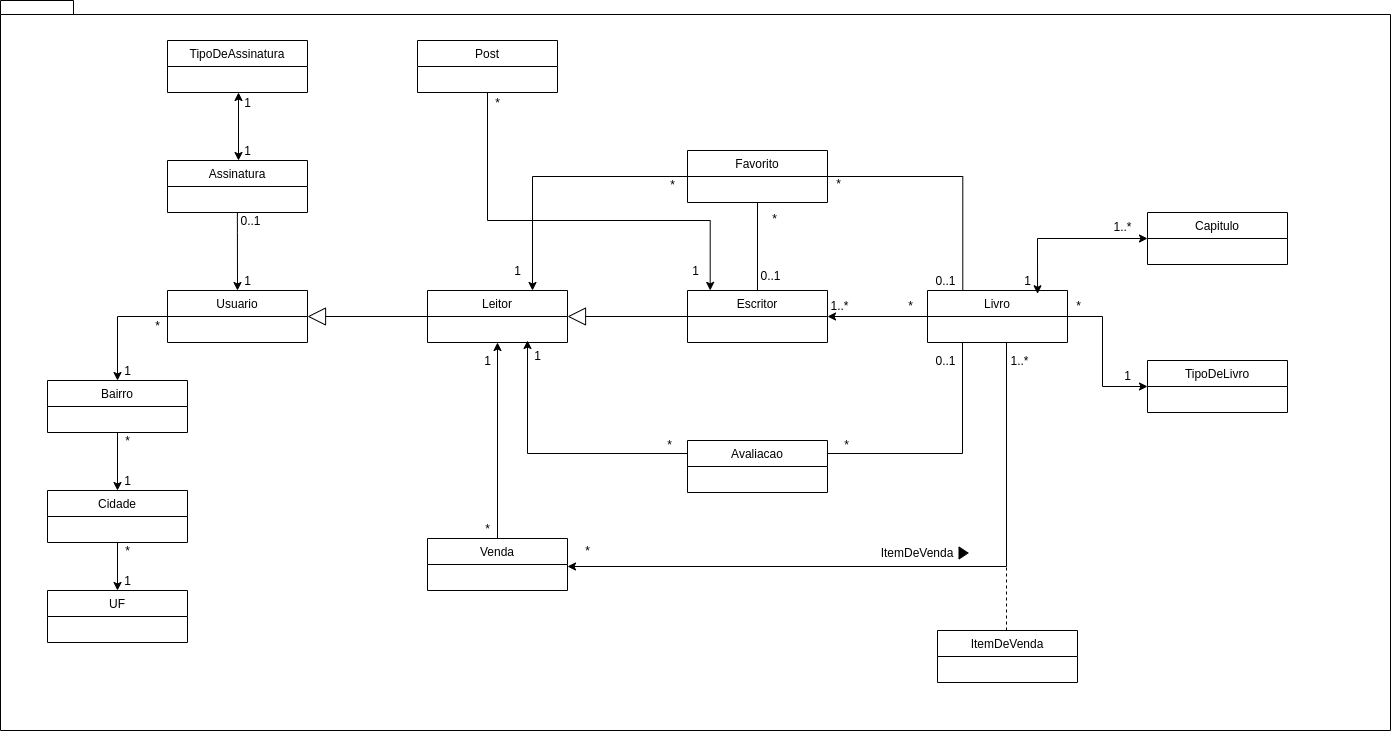
eduvaillant/editora-celeste keeps this draw.io diagram as documentos/EC-ModeloConceitual.png. Above is the earlier version. Source tidied: cells renumbered, new cells last; positions are measured from the earlier drawing's top-left corner, leaving out a move shared by most shapes.
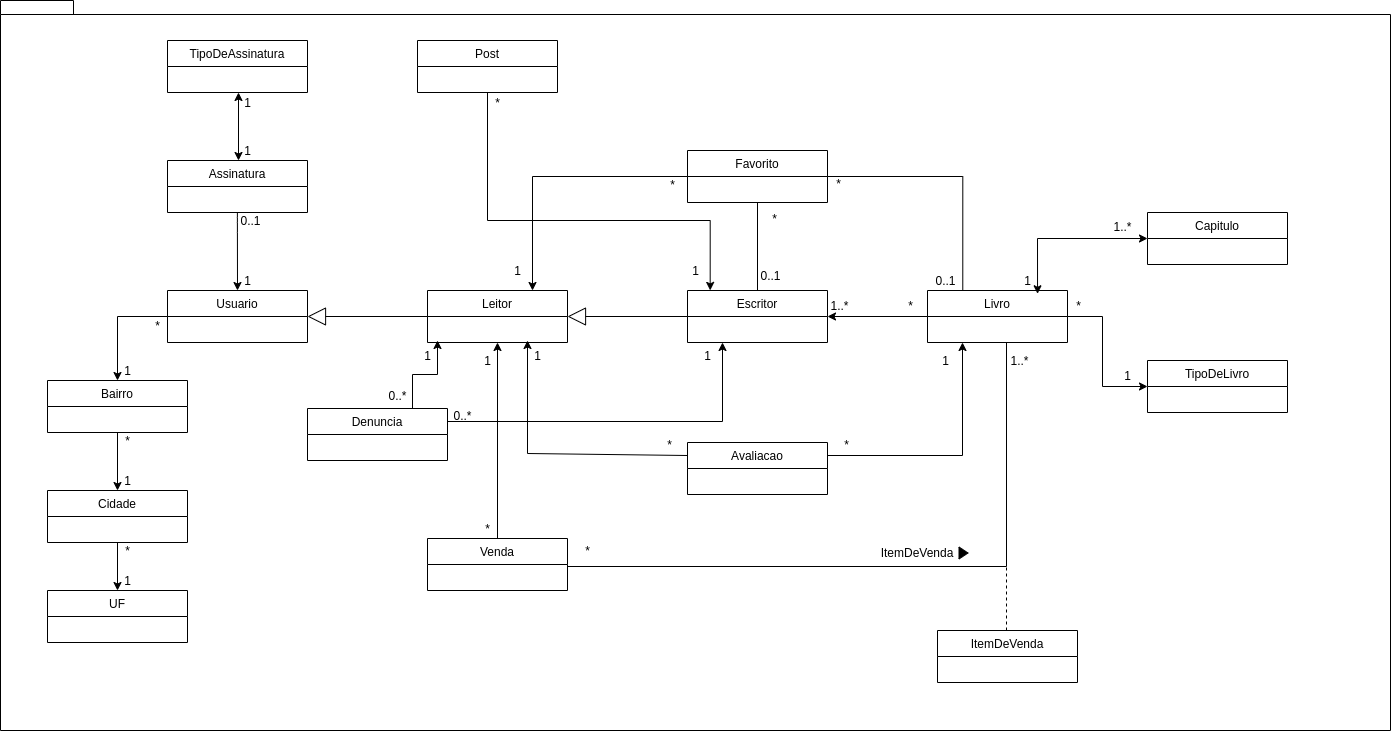
Later version of the same file.

Commit message:
alterando modelo conceitual

Diff of the diagram source:
```diff
@@ -110,7 +110,7 @@
     <mxCell id="34" value="*" style="text;html=1;align=center;verticalAlign=middle;strokeColor=none;" parent="1" vertex="1">
       <mxGeometry x="764" y="208" width="20" height="20" as="geometry" />
     </mxCell>
-    <mxCell id="35" style="edgeStyle=orthogonalEdgeStyle;rounded=0;jettySize=auto;html=1;exitX=1;exitY=0.25;exitDx=0;exitDy=0;entryX=0.25;entryY=1;entryDx=0;entryDy=0;endArrow=none;endFill=0;" parent="1" edge="1" source="37" target="40">
+    <mxCell id="35" style="edgeStyle=orthogonalEdgeStyle;rounded=0;jettySize=auto;html=1;exitX=1;exitY=0.25;exitDx=0;exitDy=0;entryX=0.25;entryY=1;entryDx=0;entryDy=0;endArrow=classic;endFill=1;startArrow=none;startFill=0;" parent="1" edge="1" source="37" target="40">
       <mxGeometry relative="1" as="geometry" />
     </mxCell>
     <mxCell id="36" style="edgeStyle=none;rounded=0;jettySize=auto;html=1;exitX=0;exitY=0.25;exitDx=0;exitDy=0;" parent="1" edge="1" source="37">
@@ -122,7 +122,7 @@
       </mxGeometry>
     </mxCell>
     <mxCell id="37" value="Avaliacao" style="swimlane;fontStyle=0;horizontal=1;startSize=26;fillColor=none;" parent="1" vertex="1">
-      <mxGeometry x="687" y="440" width="140" height="52" as="geometry" />
+      <mxGeometry x="687" y="442" width="140" height="52" as="geometry" />
     </mxCell>
     <mxCell id="38" style="edgeStyle=orthogonalEdgeStyle;rounded=0;jettySize=auto;html=1;exitX=1;exitY=0.5;exitDx=0;exitDy=0;entryX=0;entryY=0.5;entryDx=0;entryDy=0;" parent="1" edge="1" source="40" target="42">
       <mxGeometry relative="1" as="geometry">
@@ -147,7 +147,7 @@
     <mxCell id="43" style="edgeStyle=orthogonalEdgeStyle;rounded=0;jettySize=auto;html=1;exitX=0.5;exitY=0;exitDx=0;exitDy=0;entryX=0.5;entryY=1;entryDx=0;entryDy=0;" parent="1" edge="1" source="45" target="5">
       <mxGeometry relative="1" as="geometry" />
     </mxCell>
-    <mxCell id="44" style="edgeStyle=orthogonalEdgeStyle;rounded=0;orthogonalLoop=1;jettySize=auto;html=1;exitX=1;exitY=0.5;exitDx=0;exitDy=0;startArrow=classic;startFill=1;endArrow=none;endFill=0;" parent="1" edge="1">
+    <mxCell id="44" style="edgeStyle=orthogonalEdgeStyle;rounded=0;orthogonalLoop=1;jettySize=auto;html=1;exitX=1;exitY=0.5;exitDx=0;exitDy=0;startArrow=none;startFill=0;endArrow=none;endFill=0;" parent="1" edge="1">
       <mxGeometry relative="1" as="geometry">
         <mxPoint x="567" y="566" as="sourcePoint" />
         <mxPoint x="1006" y="342" as="targetPoint" />
@@ -177,8 +177,8 @@
     <mxCell id="52" value="*" style="text;html=1;align=center;verticalAlign=middle;strokeColor=none;" parent="1" vertex="1">
       <mxGeometry x="836" y="434" width="20" height="20" as="geometry" />
     </mxCell>
-    <mxCell id="53" value="0..1" style="text;html=1;align=center;verticalAlign=middle;strokeColor=none;" parent="1" vertex="1">
-      <mxGeometry x="925" y="350" width="40" height="20" as="geometry" />
+    <mxCell id="53" value="1" style="text;html=1;align=center;verticalAlign=middle;strokeColor=none;" parent="1" vertex="1">
+      <mxGeometry x="935" y="350" width="20" height="20" as="geometry" />
     </mxCell>
     <mxCell id="54" value="1..*" style="text;html=1;align=center;verticalAlign=middle;strokeColor=none;" parent="1" vertex="1">
       <mxGeometry x="1004" y="350" width="30" height="20" as="geometry" />
@@ -250,5 +250,28 @@
     <mxCell id="71" style="verticalLabelPosition=bottom;verticalAlign=top;html=1;shape=mxgraph.basic.acute_triangle;dx=0.5;rotation=90;fillColor=#000000;" parent="1" vertex="1">
       <mxGeometry x="957" y="548" width="12" height="9" as="geometry" />
     </mxCell>
+    <mxCell id="72" style="edgeStyle=orthogonalEdgeStyle;rounded=0;jettySize=auto;html=1;exitX=1;exitY=0.25;exitDx=0;exitDy=0;entryX=0.25;entryY=1;entryDx=0;entryDy=0;startArrow=none;startFill=0;endArrow=classic;endFill=1;" parent="1" edge="1" source="74" target="7">
+      <mxGeometry relative="1" as="geometry" />
+    </mxCell>
+    <mxCell id="73" style="edgeStyle=orthogonalEdgeStyle;rounded=0;jettySize=auto;html=1;exitX=0.75;exitY=0;exitDx=0;exitDy=0;startArrow=none;startFill=0;endArrow=classic;endFill=1;" parent="1" edge="1" source="74">
+      <mxGeometry relative="1" as="geometry">
+        <mxPoint x="437" y="340" as="targetPoint" />
+      </mxGeometry>
+    </mxCell>
+    <mxCell id="74" value="Denuncia" style="swimlane;fontStyle=0;horizontal=1;startSize=26;fillColor=none;" parent="1" vertex="1">
+      <mxGeometry x="307" y="408" width="140" height="52" as="geometry" />
+    </mxCell>
+    <mxCell id="75" value="1" style="text;html=1;align=center;verticalAlign=middle;strokeColor=none;" parent="1" vertex="1">
+      <mxGeometry x="417" y="345" width="20" height="20" as="geometry" />
+    </mxCell>
+    <mxCell id="76" value="0..*" style="text;html=1;align=center;verticalAlign=middle;strokeColor=none;" parent="1" vertex="1">
+      <mxGeometry x="382" y="385" width="30" height="20" as="geometry" />
+    </mxCell>
+    <mxCell id="77" value="1" style="text;html=1;align=center;verticalAlign=middle;strokeColor=none;" parent="1" vertex="1">
+      <mxGeometry x="697" y="345" width="20" height="20" as="geometry" />
+    </mxCell>
+    <mxCell id="78" value="0..*" style="text;html=1;align=center;verticalAlign=middle;strokeColor=none;" parent="1" vertex="1">
+      <mxGeometry x="447" y="405" width="30" height="20" as="geometry" />
+    </mxCell>
   </root>
 </mxGraphModel>
```
